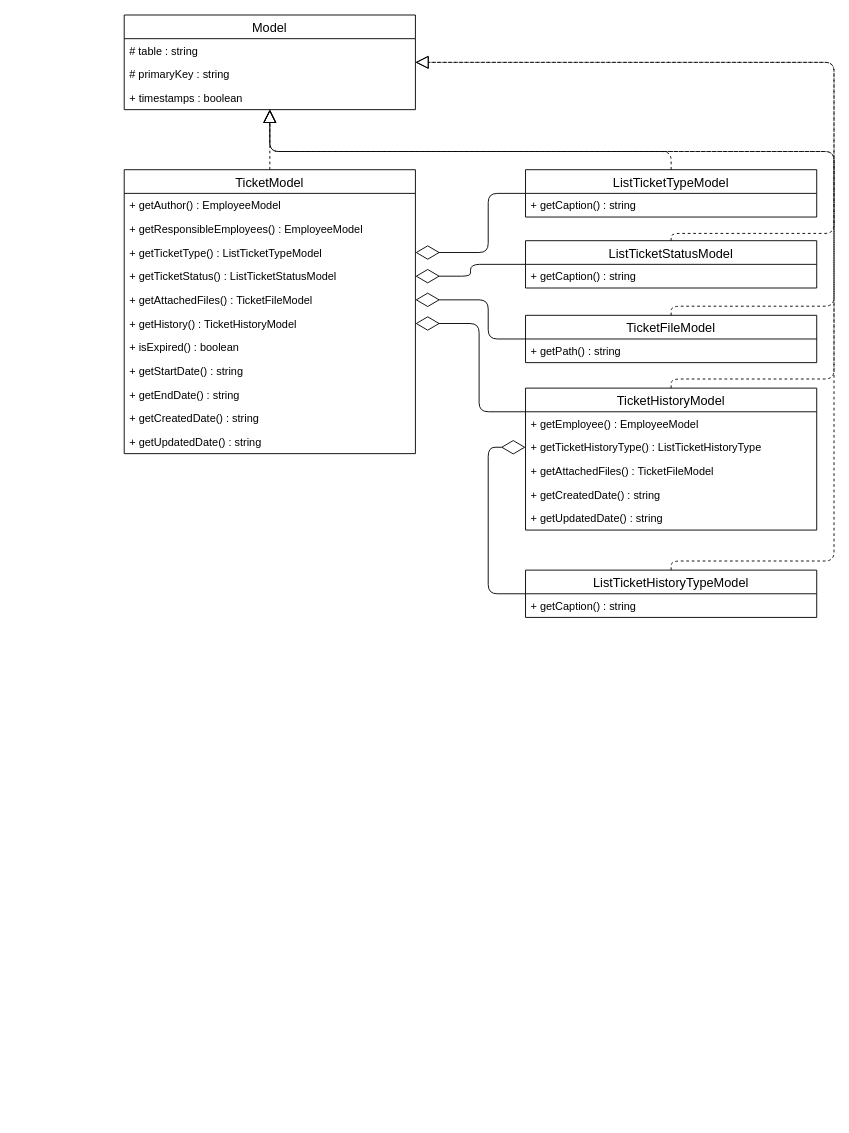
The draw.io diagram page "Поручения" (5 of 6) of docs/Пояснительная записка/media/Диаграмма классов/Диаграмма классов.drawio in pmswga/MOSIT-DD, before the edit. Source tidied: cells renumbered, new cells numbered last; positions are measured from the earlier drawing's top-left corner, leaving out a move shared by most shapes. Both pictures are drawn from the tidied source at 91%, with x=0, y=0 at pixel (124, 15).
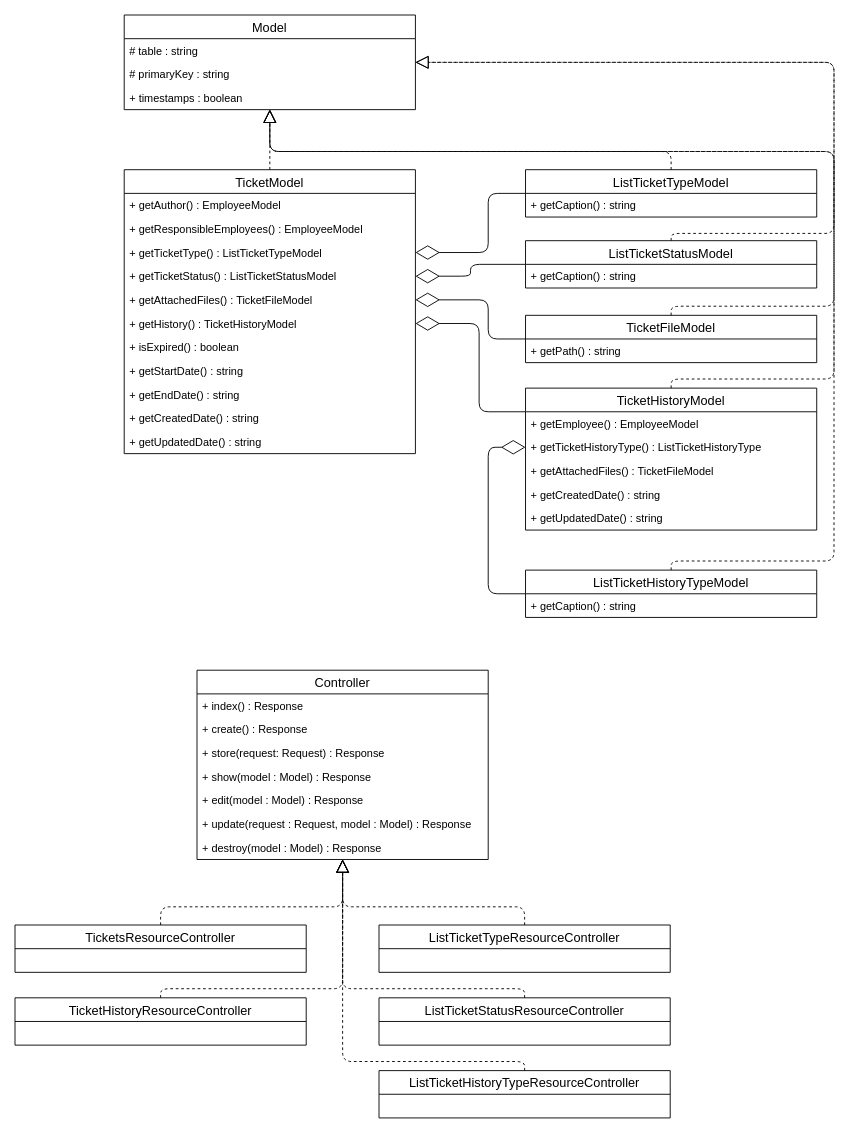
After the change.

The edit, as a diff of the source:
```diff
@@
+    <mxCell id="43" style="endArrow=block;dashed=1;endFill=0;endSize=12;html=1;edgeStyle=orthogonalEdgeStyle;" parent="1" edge="1" source="52" target="44">
+      <mxGeometry relative="1" as="geometry">
+        <Array as="points">
+          <mxPoint x="40" y="980" />
+          <mxPoint x="240" y="980" />
+        </Array>
+      </mxGeometry>
+    </mxCell>
+    <mxCell id="44" value="Controller" style="swimlane;fontStyle=0;horizontal=1;startSize=26;align=center;fontSize=14;" parent="1" vertex="1">
+      <mxGeometry x="80" y="720" width="320" height="208" as="geometry" />
+    </mxCell>
+    <mxCell id="45" value="+ index() : Response" style="text;strokeColor=none;fillColor=none;spacingLeft=4;spacingRight=4;overflow=hidden;fontSize=12;" parent="44" vertex="1">
+      <mxGeometry y="26" width="320" height="26" as="geometry" />
+    </mxCell>
+    <mxCell id="46" value="+ create() : Response" style="text;strokeColor=none;fillColor=none;spacingLeft=4;spacingRight=4;overflow=hidden;fontSize=12;" parent="44" vertex="1">
+      <mxGeometry y="52" width="320" height="26" as="geometry" />
+    </mxCell>
+    <mxCell id="47" value="+ store(request: Request) : Response" style="text;strokeColor=none;fillColor=none;spacingLeft=4;spacingRight=4;overflow=hidden;fontSize=12;" parent="44" vertex="1">
+      <mxGeometry y="78" width="320" height="26" as="geometry" />
+    </mxCell>
+    <mxCell id="48" value="+ show(model : Model) : Response" style="text;strokeColor=none;fillColor=none;spacingLeft=4;spacingRight=4;overflow=hidden;fontSize=12;" parent="44" vertex="1">
+      <mxGeometry y="104" width="320" height="26" as="geometry" />
+    </mxCell>
+    <mxCell id="49" value="+ edit(model : Model) : Response" style="text;strokeColor=none;fillColor=none;spacingLeft=4;spacingRight=4;overflow=hidden;fontSize=12;" parent="44" vertex="1">
+      <mxGeometry y="130" width="320" height="26" as="geometry" />
+    </mxCell>
+    <mxCell id="50" value="+ update(request : Request, model : Model) : Response" style="text;strokeColor=none;fillColor=none;spacingLeft=4;spacingRight=4;overflow=hidden;fontSize=12;" parent="44" vertex="1">
+      <mxGeometry y="156" width="320" height="26" as="geometry" />
+    </mxCell>
+    <mxCell id="51" value="+ destroy(model : Model) : Response" style="text;strokeColor=none;fillColor=none;spacingLeft=4;spacingRight=4;overflow=hidden;fontSize=12;" parent="44" vertex="1">
+      <mxGeometry y="182" width="320" height="26" as="geometry" />
+    </mxCell>
+    <mxCell id="52" value="TicketsResourceController" style="swimlane;fontStyle=0;horizontal=1;startSize=26;align=center;fontSize=14;" parent="1" vertex="1">
+      <mxGeometry x="-120" y="1000" width="320" height="52" as="geometry" />
+    </mxCell>
+    <mxCell id="53" value="ListTicketTypeResourceController" style="swimlane;fontStyle=0;horizontal=1;startSize=26;align=center;fontSize=14;" parent="1" vertex="1">
+      <mxGeometry x="280" y="1000" width="320" height="52" as="geometry" />
+    </mxCell>
+    <mxCell id="54" value="ListTicketStatusResourceController" style="swimlane;fontStyle=0;horizontal=1;startSize=26;align=center;fontSize=14;" parent="1" vertex="1">
+      <mxGeometry x="280" y="1080" width="320" height="52" as="geometry" />
+    </mxCell>
+    <mxCell id="55" value="ListTicketHistoryTypeResourceController" style="swimlane;fontStyle=0;horizontal=1;startSize=26;align=center;fontSize=14;" parent="1" vertex="1">
+      <mxGeometry x="280" y="1160" width="320" height="52" as="geometry" />
+    </mxCell>
+    <mxCell id="56" value="TicketHistoryResourceController" style="swimlane;fontStyle=0;horizontal=1;startSize=26;align=center;fontSize=14;" parent="1" vertex="1">
+      <mxGeometry x="-120" y="1080" width="320" height="52" as="geometry" />
+    </mxCell>
+    <mxCell id="57" style="endArrow=block;dashed=1;endFill=0;endSize=12;html=1;edgeStyle=orthogonalEdgeStyle;" parent="1" edge="1" source="56" target="44">
+      <mxGeometry relative="1" as="geometry">
+        <Array as="points">
+          <mxPoint x="40" y="1070" />
+          <mxPoint x="240" y="1070" />
+        </Array>
+      </mxGeometry>
+    </mxCell>
+    <mxCell id="58" style="endArrow=block;dashed=1;endFill=0;endSize=12;html=1;edgeStyle=orthogonalEdgeStyle;" parent="1" edge="1" source="53" target="44">
+      <mxGeometry relative="1" as="geometry">
+        <Array as="points">
+          <mxPoint x="440" y="980" />
+          <mxPoint x="240" y="980" />
+        </Array>
+      </mxGeometry>
+    </mxCell>
+    <mxCell id="59" style="endArrow=block;dashed=1;endFill=0;endSize=12;html=1;edgeStyle=orthogonalEdgeStyle;" parent="1" edge="1" source="54" target="44">
+      <mxGeometry relative="1" as="geometry">
+        <Array as="points">
+          <mxPoint x="440" y="1070" />
+          <mxPoint x="240" y="1070" />
+        </Array>
+      </mxGeometry>
+    </mxCell>
+    <mxCell id="60" style="endArrow=block;dashed=1;endFill=0;endSize=12;html=1;edgeStyle=orthogonalEdgeStyle;" parent="1" edge="1" source="55" target="44">
+      <mxGeometry relative="1" as="geometry">
+        <Array as="points">
+          <mxPoint x="440" y="1150" />
+          <mxPoint x="240" y="1150" />
+        </Array>
+      </mxGeometry>
+    </mxCell>
```
